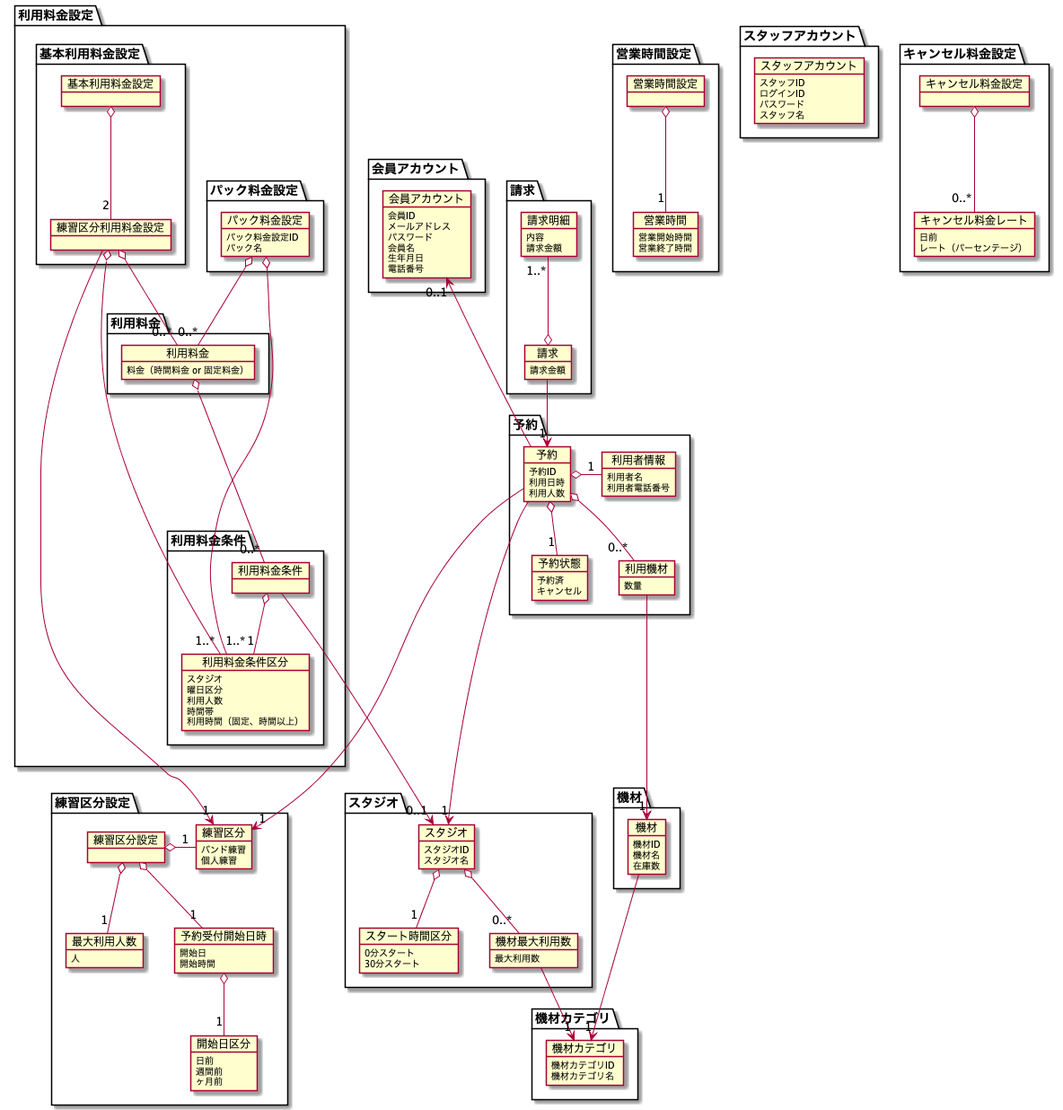
Earlier version of the PlantUML export modeling/07_DomainModel/DomainModel.png (TakashiOnawa/ddd-practice-studio-reservation).
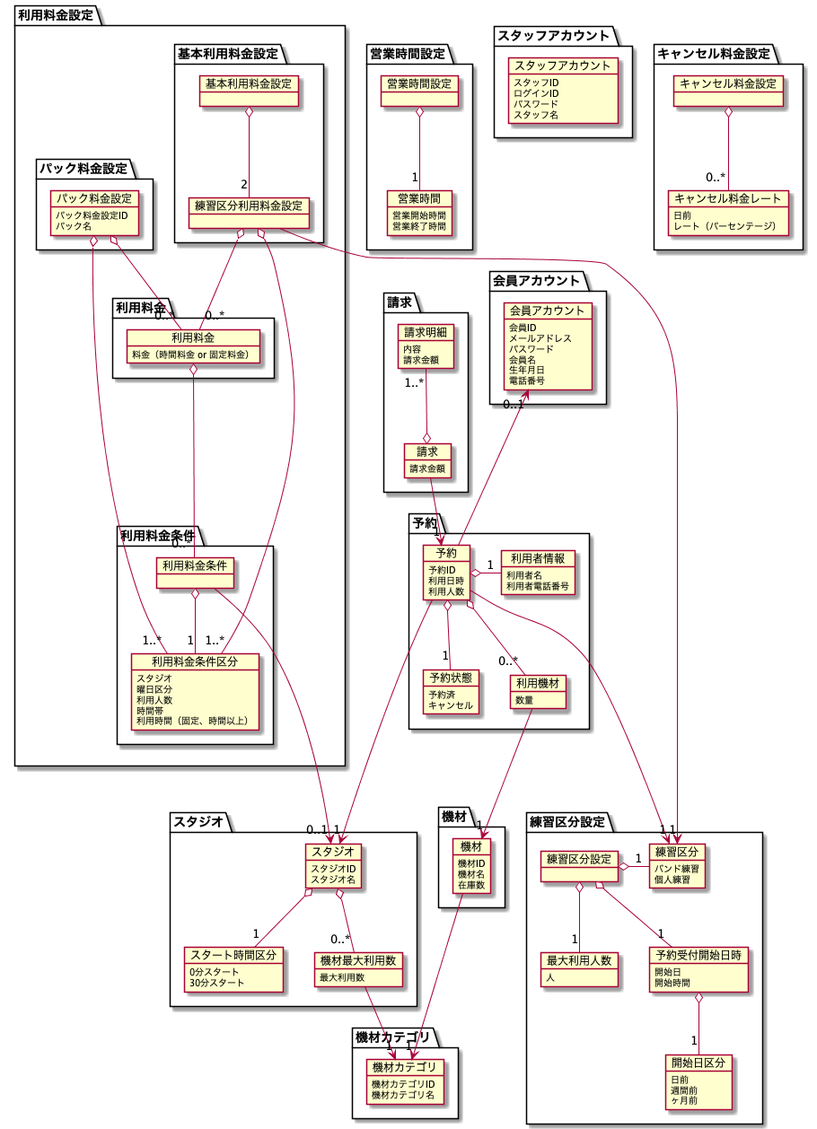
After the change.

What changed in the source:
```diff
@@ -198,7 +198,7 @@
 パック料金設定 o-- "0..*" 利用料金
 パック料金設定 o-- "1..*" 利用料金条件区分
 
-利用料金条件 ---> "0..1" スタジオ
+利用料金条件 ----> "0..1" スタジオ
 利用料金条件 o-- "1" 利用料金条件区分
 
 利用料金 o--- "0..*" 利用料金条件
```
